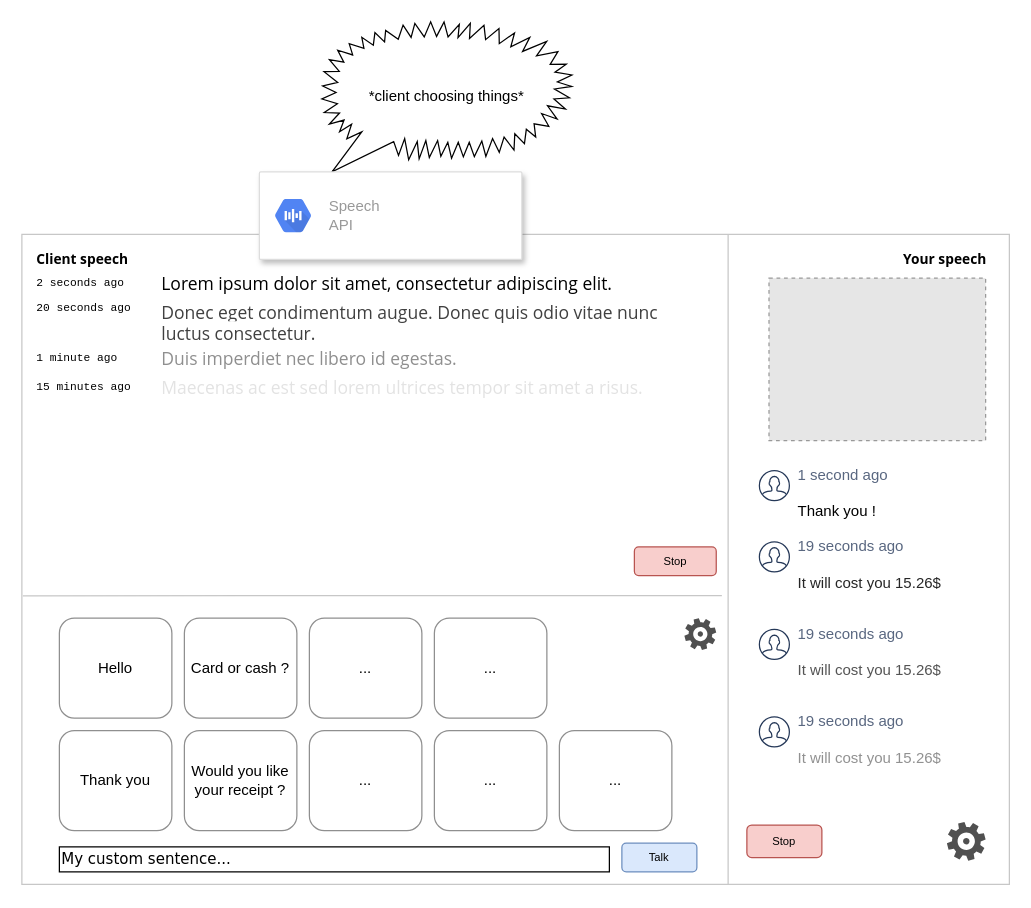
The draw.io diagram interface.drawio in flavienbwk/deafboard, before the edit. Source tidied: cells renumbered, new cells numbered last; positions are measured from the earlier drawing's top-left corner, leaving out a move shared by most shapes. Both pictures are drawn from the tidied source at 125%, with x=0, y=0 at pixel (21, 21). Pictures stored in the file or linked from it are replaced by grey dashed boxes.
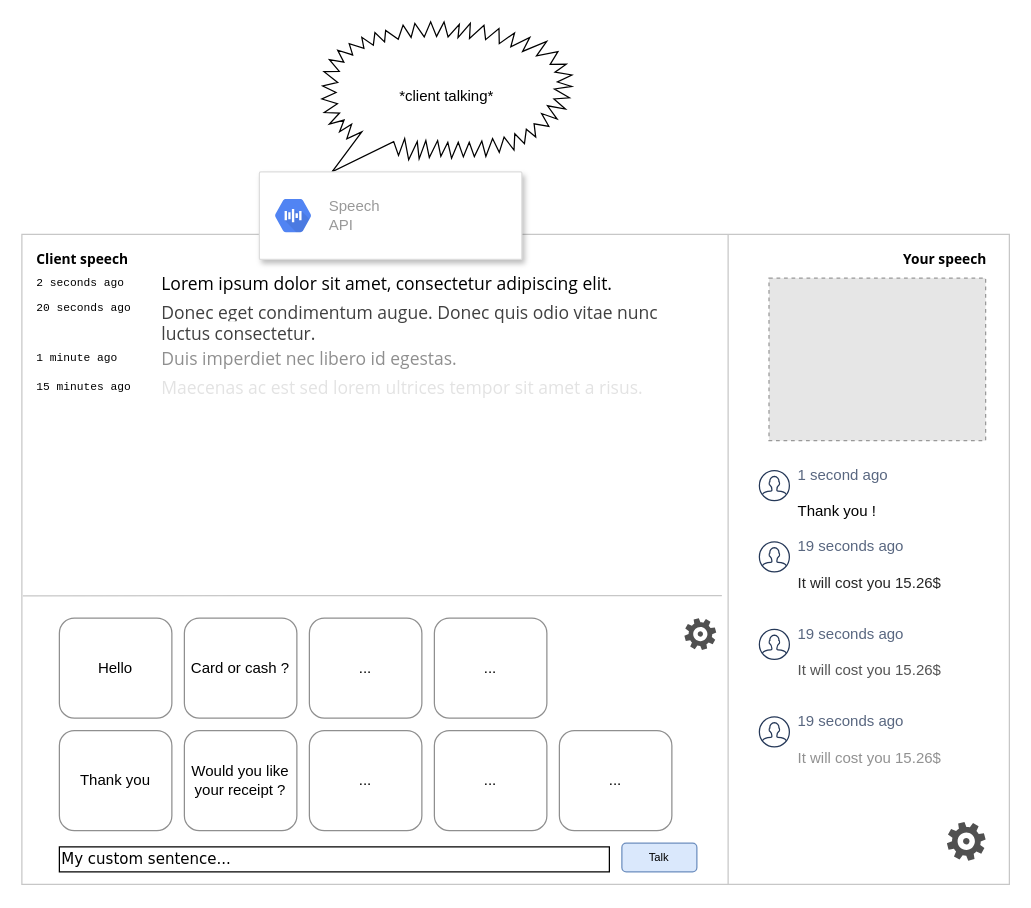
Above is the later version.

Commit message (it also covers changes not shown here):
Updated description and schemas

What changed in the source:
```diff
@@
-    <mxCell id="2" value="*client choosing things*" style="whiteSpace=wrap;html=1;shape=mxgraph.basic.loud_callout;" parent="1" vertex="1">
+    <mxCell id="2" value="*client talking*" style="whiteSpace=wrap;html=1;shape=mxgraph.basic.loud_callout;" parent="1" vertex="1">
       <mxGeometry x="240" width="200" height="120" as="geometry" />
     </mxCell>
@@
-    <mxCell id="32" value="&lt;font face=&quot;Helvetica&quot;&gt;Stop&lt;/font&gt;" style="rounded=1;whiteSpace=wrap;html=1;fontFamily=Courier New;fontSize=9;align=center;fillColor=#f8cecc;strokeColor=#b85450;" parent="1" vertex="1">
-      <mxGeometry x="580" y="642.5" width="60" height="26" as="geometry" />
-    </mxCell>
@@
-    <mxCell id="34" value="&lt;font face=&quot;Helvetica&quot;&gt;Stop&lt;/font&gt;" style="rounded=1;whiteSpace=wrap;html=1;fontFamily=Courier New;fontSize=9;align=center;fillColor=#f8cecc;strokeColor=#b85450;" parent="1" vertex="1">
-      <mxGeometry x="490" y="420" width="65.5" height="23" as="geometry" />
-    </mxCell>
```
